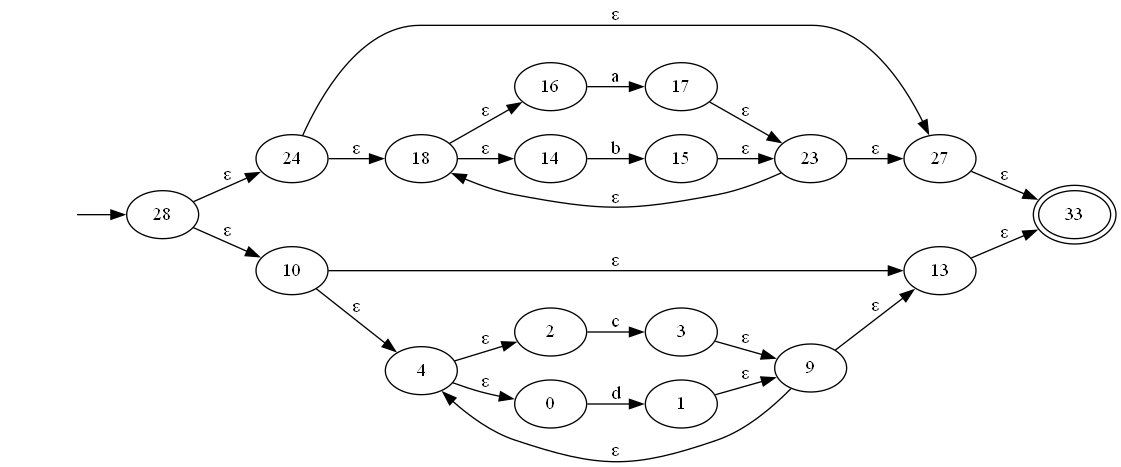
JuanDiegoAvila/Laboratorio_Compiladores keeps this Graphviz diagram as test-output/round-table.gv.png. Above is the earlier version. Its source is kept beside it as test-output/round-table.gv.
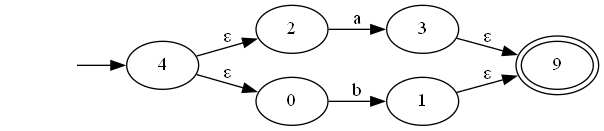
The same file after the commit.

Change to the diagram source:
```diff
@@ -1,47 +1,17 @@
 digraph {
 	graph [rankdir=LR]
 	inicio [label="" shape=none]
-	28
-	inicio -> 28
-	28 -> 24 [label="ε"]
-	28 -> 10 [label="ε"]
-	24
-	24 -> 27 [label="ε"]
-	24 -> 18 [label="ε"]
-	10
-	10 -> 13 [label="ε"]
-	10 -> 4 [label="ε"]
-	27
-	27 -> 33 [label="ε"]
-	18
-	18 -> 16 [label="ε"]
-	18 -> 14 [label="ε"]
-	13
-	13 -> 33 [label="ε"]
 	4
+	inicio -> 4
 	4 -> 2 [label="ε"]
 	4 -> 0 [label="ε"]
-	33 [peripheries=2]
-	16
-	16 -> 17 [label=a]
-	14
-	14 -> 15 [label=b]
 	2
-	2 -> 3 [label=c]
+	2 -> 3 [label=a]
 	0
-	0 -> 1 [label=d]
-	17
-	17 -> 23 [label="ε"]
-	15
-	15 -> 23 [label="ε"]
+	0 -> 1 [label=b]
 	3
 	3 -> 9 [label="ε"]
 	1
 	1 -> 9 [label="ε"]
-	23
-	23 -> 18 [label="ε"]
-	23 -> 27 [label="ε"]
-	9
-	9 -> 4 [label="ε"]
-	9 -> 13 [label="ε"]
+	9 [peripheries=2]
 }
```
